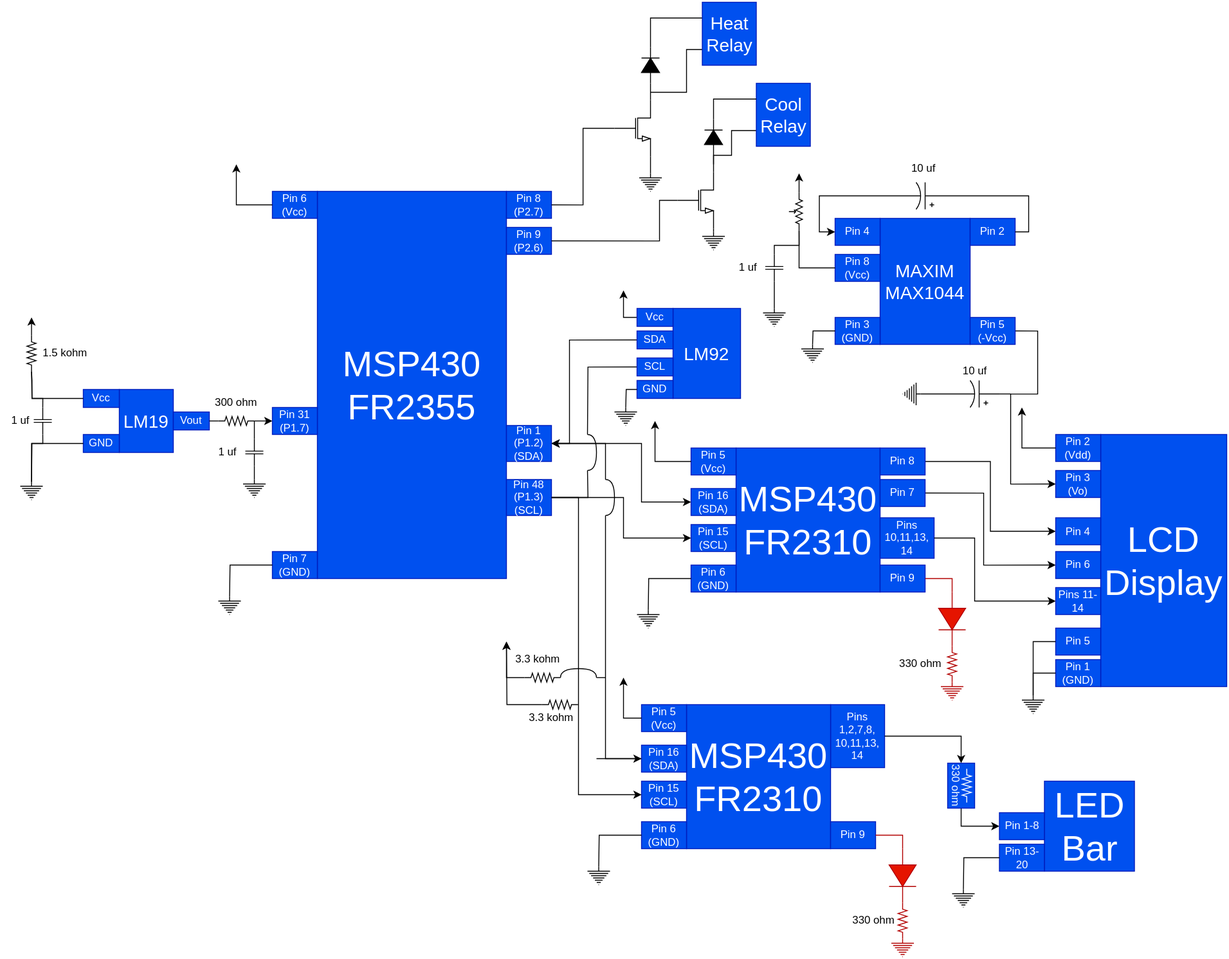
Above: docs/assets/circuit_diagram.svg in msu-eele-465/project6-mattv-jay (draw.io), before the change. Source tidied: cells renumbered, new cells last; positions are measured from the earlier drawing's top-left corner, leaving out a move shared by most shapes.
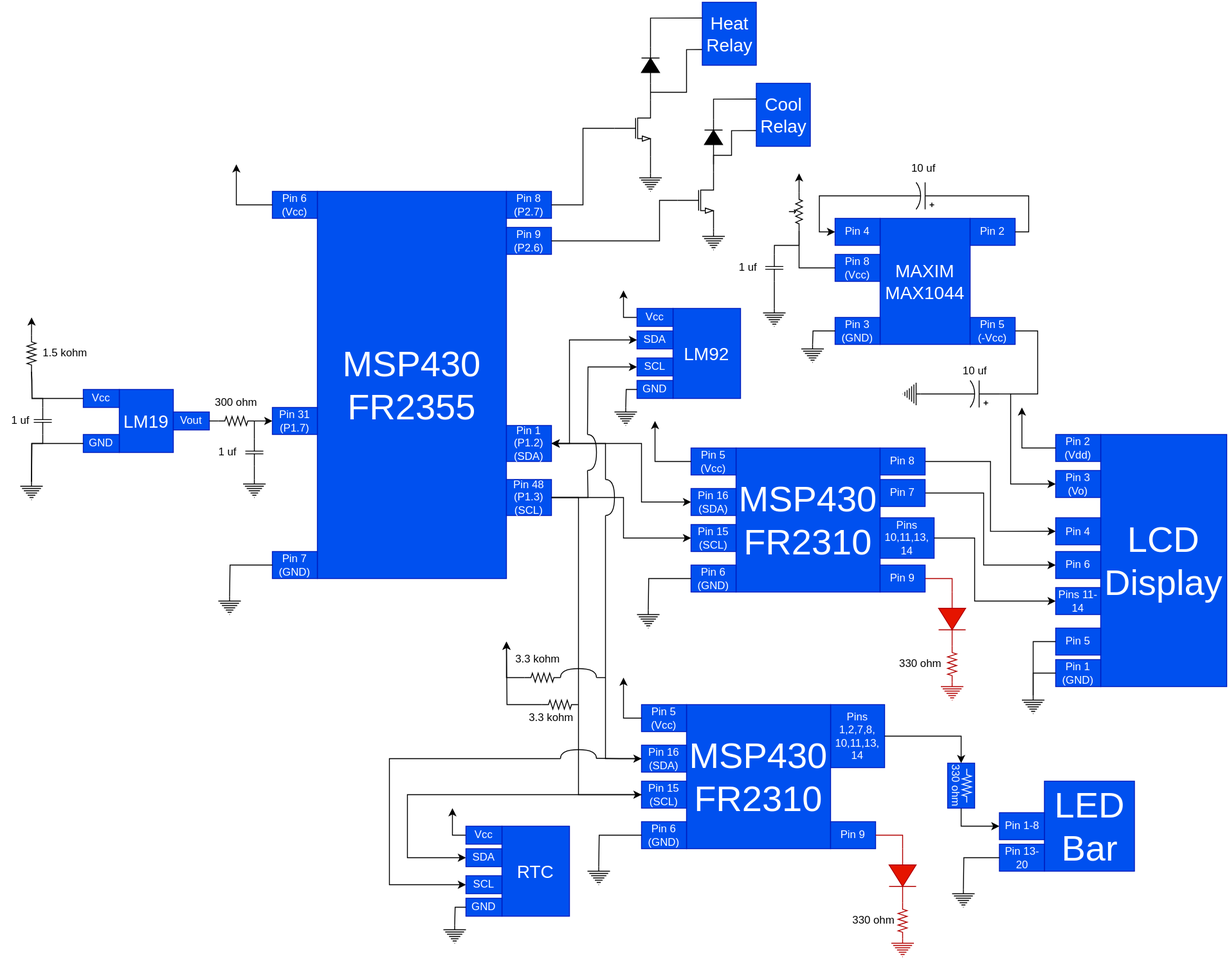
After the commit.

Commit message:
Add RTC to circuit diagram

The edit, as a diff of the source:
```diff
@@ -165,7 +165,7 @@
     </mxCell>
     <mxCell id="38" style="edgeStyle=orthogonalEdgeStyle;rounded=0;jettySize=auto;html=1;exitX=0;exitY=0.5;exitDx=0;exitDy=0;endArrow=none;startFill=0;" parent="1" edge="1" source="39">
       <mxGeometry relative="1" as="geometry">
-        <mxPoint x="660" y="840" as="targetPoint" />
+        <mxPoint x="660" y="839.7" as="targetPoint" />
       </mxGeometry>
     </mxCell>
     <mxCell id="39" value="Pin 16 (SDA)" style="rounded=0;whiteSpace=wrap;html=1;fillColor=#0050ef;fontColor=#ffffff;strokeColor=#001DBC;" parent="1" vertex="1">
@@ -585,7 +585,7 @@
     <mxCell id="135" value="LM92" style="rounded=0;whiteSpace=wrap;html=1;fillColor=#0050ef;fontColor=#ffffff;strokeColor=#001DBC;fontSize=20;" parent="1" vertex="1">
       <mxGeometry x="745" y="340" width="75" height="100" as="geometry" />
     </mxCell>
-    <mxCell id="136" style="edgeStyle=orthogonalEdgeStyle;rounded=0;jettySize=auto;html=1;exitX=0;exitY=0.5;exitDx=0;exitDy=0;entryX=1;entryY=0.5;entryDx=0;entryDy=0;" parent="1" edge="1" source="137" target="33">
+    <mxCell id="136" style="edgeStyle=orthogonalEdgeStyle;rounded=0;jettySize=auto;html=1;exitX=0;exitY=0.5;exitDx=0;exitDy=0;entryX=1;entryY=0.5;entryDx=0;entryDy=0;startArrow=classic;startFill=1;" parent="1" edge="1" source="137" target="33">
       <mxGeometry relative="1" as="geometry">
         <Array as="points">
           <mxPoint x="630" y="375" />
@@ -596,7 +596,7 @@
     <mxCell id="137" value="SDA" style="rounded=0;whiteSpace=wrap;html=1;fillColor=#0050ef;fontColor=#ffffff;strokeColor=#001DBC;rotation=0;" parent="1" vertex="1">
       <mxGeometry x="705" y="365" width="40" height="20" as="geometry" />
     </mxCell>
-    <mxCell id="138" style="edgeStyle=orthogonalEdgeStyle;rounded=0;jettySize=auto;html=1;exitX=0;exitY=0.5;exitDx=0;exitDy=0;endArrow=none;startFill=0;" parent="1" edge="1" source="139">
+    <mxCell id="138" style="edgeStyle=orthogonalEdgeStyle;rounded=0;jettySize=auto;html=1;exitX=0;exitY=0.5;exitDx=0;exitDy=0;endArrow=none;startFill=1;startArrow=classic;" parent="1" edge="1" source="139">
       <mxGeometry relative="1" as="geometry">
         <mxPoint x="650" y="480" as="targetPoint" />
       </mxGeometry>
@@ -716,5 +716,62 @@
         </Array>
       </mxGeometry>
     </mxCell>
+    <mxCell id="166" value="RTC" style="rounded=0;whiteSpace=wrap;html=1;fillColor=#0050ef;fontColor=#ffffff;strokeColor=#001DBC;fontSize=20;" parent="1" vertex="1">
+      <mxGeometry x="555" y="915" width="75" height="100" as="geometry" />
+    </mxCell>
+    <mxCell id="167" style="edgeStyle=orthogonalEdgeStyle;rounded=0;jettySize=auto;html=1;exitX=0;exitY=0.5;exitDx=0;exitDy=0;entryX=0;entryY=0.5;entryDx=0;entryDy=0;endArrow=none;startFill=1;startArrow=classic;" parent="1" edge="1" source="168" target="40">
+      <mxGeometry relative="1" as="geometry">
+        <Array as="points">
+          <mxPoint x="450" y="950" />
+          <mxPoint x="450" y="880" />
+        </Array>
+      </mxGeometry>
+    </mxCell>
+    <mxCell id="168" value="SDA" style="rounded=0;whiteSpace=wrap;html=1;fillColor=#0050ef;fontColor=#ffffff;strokeColor=#001DBC;rotation=0;" parent="1" vertex="1">
+      <mxGeometry x="515" y="940" width="40" height="20" as="geometry" />
+    </mxCell>
+    <mxCell id="169" style="edgeStyle=orthogonalEdgeStyle;rounded=0;jettySize=auto;html=1;exitX=0;exitY=0.5;exitDx=0;exitDy=0;endArrow=none;startFill=1;startArrow=classic;" parent="1" edge="1" source="170">
+      <mxGeometry relative="1" as="geometry">
+        <mxPoint x="620" y="840" as="targetPoint" />
+        <Array as="points">
+          <mxPoint x="430" y="980" />
+          <mxPoint x="430" y="840" />
+        </Array>
+      </mxGeometry>
+    </mxCell>
+    <mxCell id="170" value="SCL" style="rounded=0;whiteSpace=wrap;html=1;fillColor=#0050ef;fontColor=#ffffff;strokeColor=#001DBC;rotation=0;" parent="1" vertex="1">
+      <mxGeometry x="515" y="970" width="40" height="20" as="geometry" />
+    </mxCell>
+    <mxCell id="171" style="edgeStyle=orthogonalEdgeStyle;rounded=0;jettySize=auto;html=1;exitX=0;exitY=0.5;exitDx=0;exitDy=0;" parent="1" edge="1" source="172">
+      <mxGeometry relative="1" as="geometry">
+        <mxPoint x="500" y="895" as="targetPoint" />
+      </mxGeometry>
+    </mxCell>
+    <mxCell id="172" value="Vcc" style="rounded=0;whiteSpace=wrap;html=1;fillColor=#0050ef;fontColor=#ffffff;strokeColor=#001DBC;rotation=0;" parent="1" vertex="1">
+      <mxGeometry x="515" y="915" width="40" height="20" as="geometry" />
+    </mxCell>
+    <mxCell id="173" value="GND" style="rounded=0;whiteSpace=wrap;html=1;fillColor=#0050ef;fontColor=#ffffff;strokeColor=#001DBC;rotation=0;" parent="1" vertex="1">
+      <mxGeometry x="515" y="995" width="40" height="20" as="geometry" />
+    </mxCell>
+    <mxCell id="174" style="verticalLabelPosition=bottom;shadow=0;dashed=0;align=center;html=1;verticalAlign=top;shape=mxgraph.electrical.signal_sources.protective_earth;" parent="1" vertex="1">
+      <mxGeometry x="490" y="1025" width="25" height="20" as="geometry" />
+    </mxCell>
+    <mxCell id="175" style="endArrow=none;html=1;rounded=0;exitX=0;exitY=0.5;exitDx=0;exitDy=0;entryX=0.5;entryY=0;entryDx=0;entryDy=0;entryPerimeter=0;" parent="1" edge="1" source="173" target="174">
+      <mxGeometry relative="1" as="geometry">
+        <Array as="points">
+          <mxPoint x="503" y="1005" />
+        </Array>
+      </mxGeometry>
+    </mxCell>
+    <mxCell id="176" style="edgeStyle=orthogonalEdgeStyle;curved=1;rounded=0;orthogonalLoop=1;jettySize=auto;html=1;endArrow=none;startFill=0;exitX=0;exitY=0.5;exitDx=0;exitDy=0;exitPerimeter=0;" parent="1" edge="1">
+      <mxGeometry relative="1" as="geometry">
+        <mxPoint x="620" y="840" as="sourcePoint" />
+        <mxPoint x="660" y="840" as="targetPoint" />
+        <Array as="points">
+          <mxPoint x="620" y="830" />
+          <mxPoint x="660" y="830" />
+        </Array>
+      </mxGeometry>
+    </mxCell>
   </root>
 </mxGraphModel>
```
